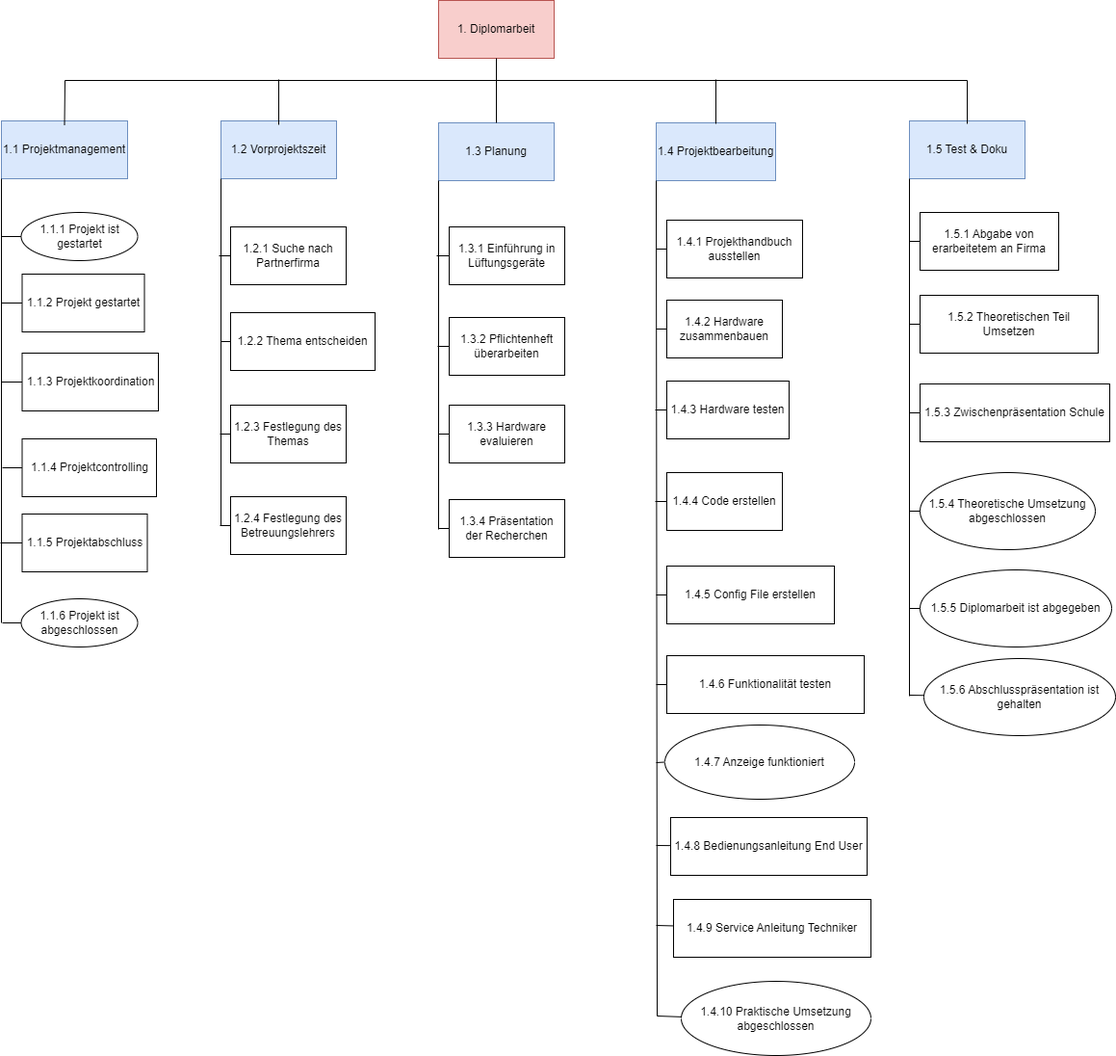
Before: Bilder/projektstrukturplan.png, a diagram exported from draw.io (DevGnomino/DA_LaTeX_Template_HTL_Dornbirn). Source tidied: cells renumbered, new cells last; positions are measured from the earlier drawing's top-left corner, leaving out a move shared by most shapes.
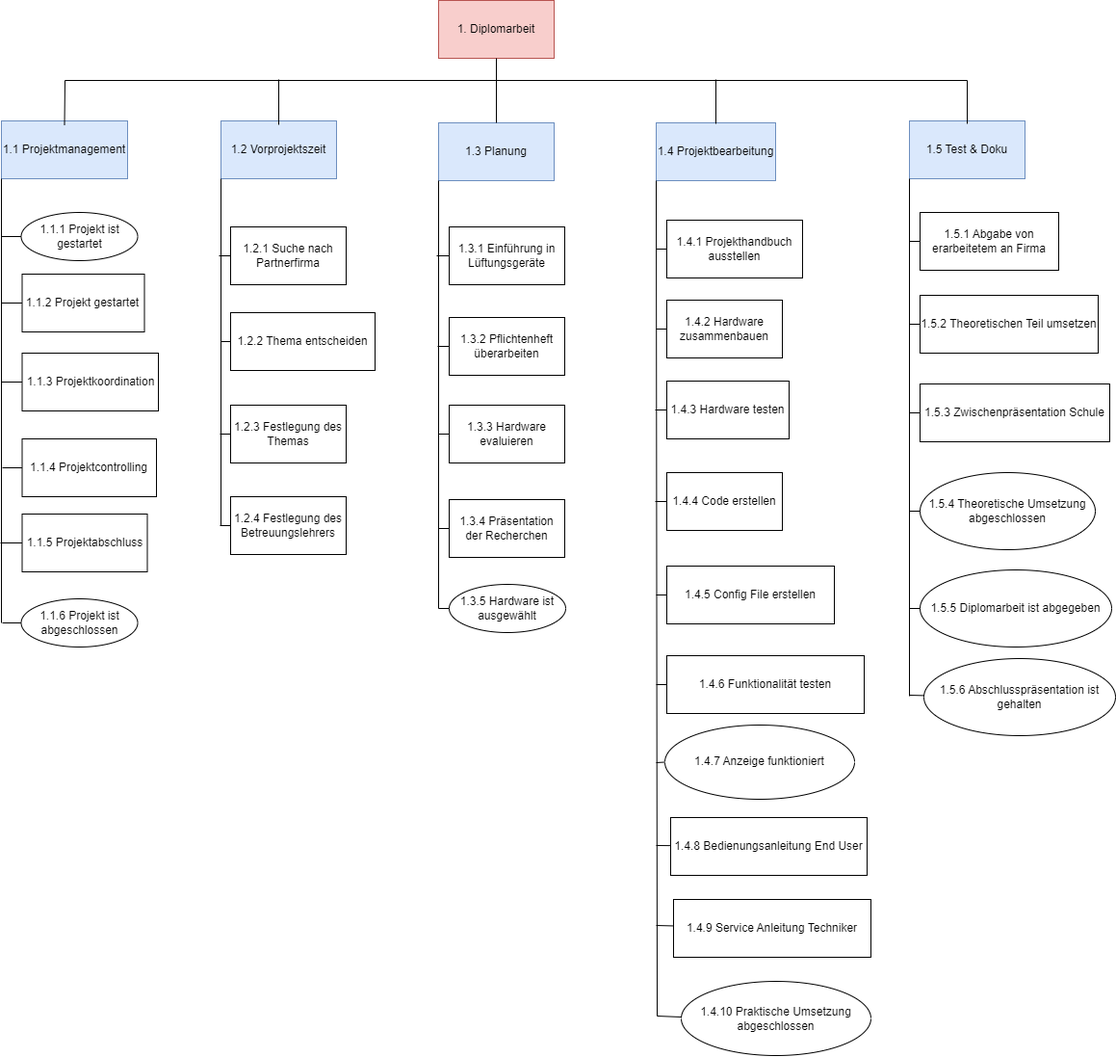
After the commit.

Change to the diagram source:
```diff
@@ -149,7 +149,7 @@
     </mxCell>
     <mxCell id="37" style="endArrow=none;html=1;rounded=0;exitX=0;exitY=1;exitDx=0;exitDy=0;" parent="1" edge="1" source="5">
       <mxGeometry relative="1" as="geometry">
-        <mxPoint x="455" y="549" as="targetPoint" />
+        <mxPoint x="455" y="631" as="targetPoint" />
       </mxGeometry>
     </mxCell>
     <mxCell id="38" style="endArrow=none;html=1;rounded=0;exitX=0;exitY=0.5;exitDx=0;exitDy=0;" parent="1" edge="1" source="36">
@@ -244,7 +244,7 @@
         <mxPoint x="681" y="791" as="sourcePoint" />
       </mxGeometry>
     </mxCell>
-    <mxCell id="60" value="1.5.2 Theoretischen Teil Umsetzen" style="rounded=0;whiteSpace=wrap;html=1;" parent="1" vertex="1">
+    <mxCell id="60" value="1.5.2 Theoretischen Teil umsetzen" style="rounded=0;whiteSpace=wrap;html=1;" parent="1" vertex="1">
       <mxGeometry x="955" y="306" width="185" height="60" as="geometry" />
     </mxCell>
     <mxCell id="61" value="1.5.3 Zwischenpräsentation Schule" style="rounded=0;whiteSpace=wrap;html=1;" parent="1" vertex="1">
@@ -318,5 +318,13 @@
         <mxPoint x="944" y="721" as="targetPoint" />
       </mxGeometry>
     </mxCell>
+    <mxCell id="78" value="1.3.5 Hardware ist ausgewählt" style="ellipse;whiteSpace=wrap;html=1;" parent="1" vertex="1">
+      <mxGeometry x="466" y="606" width="121" height="50" as="geometry" />
+    </mxCell>
+    <mxCell id="79" style="endArrow=none;html=1;rounded=0;exitX=0;exitY=0.5;exitDx=0;exitDy=0;" parent="1" edge="1" source="78">
+      <mxGeometry relative="1" as="geometry">
+        <mxPoint x="455" y="631" as="targetPoint" />
+      </mxGeometry>
+    </mxCell>
   </root>
 </mxGraphModel>
```
